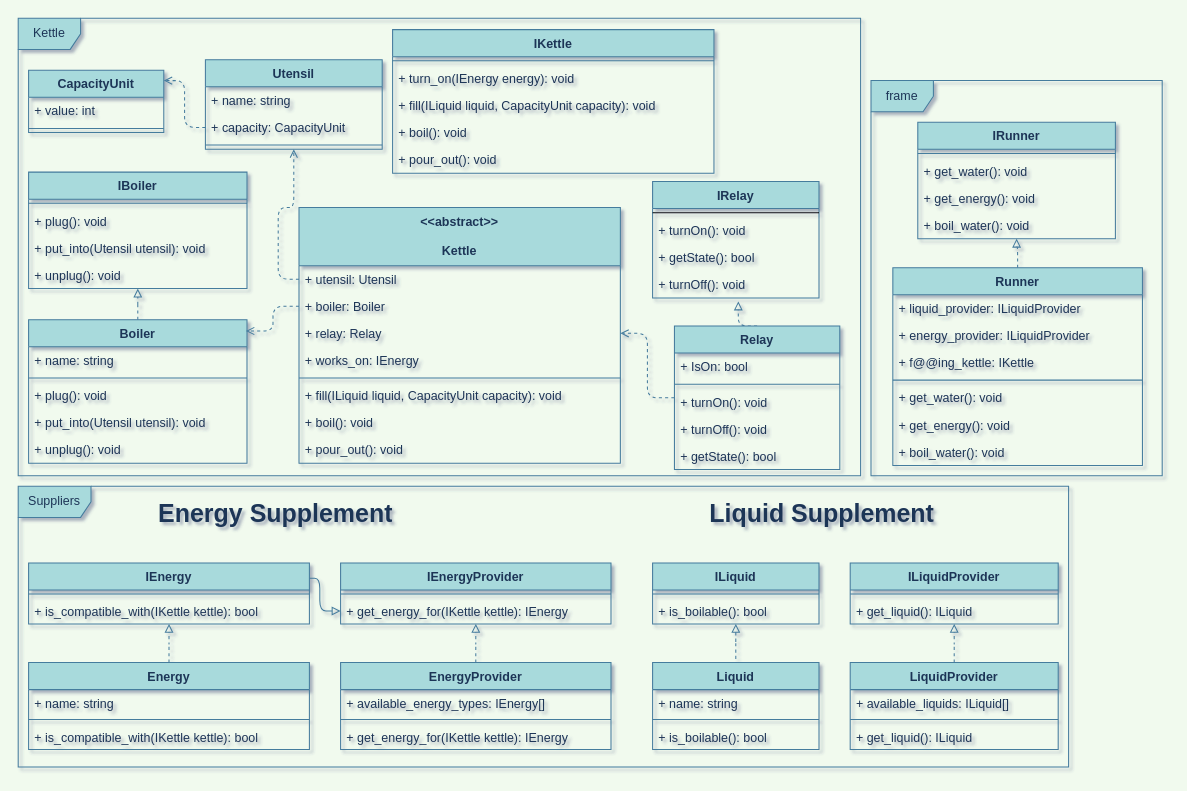
Earlier version of the draw.io diagram Main.drawio (Muhammadrasul446/Kettle). Source tidied: cells renumbered, new cells numbered last; positions are measured from the earlier drawing's top-left corner, leaving out a move shared by most shapes. Both pictures are drawn from the tidied source at 104%, with x=0, y=0 at pixel (18, 18).
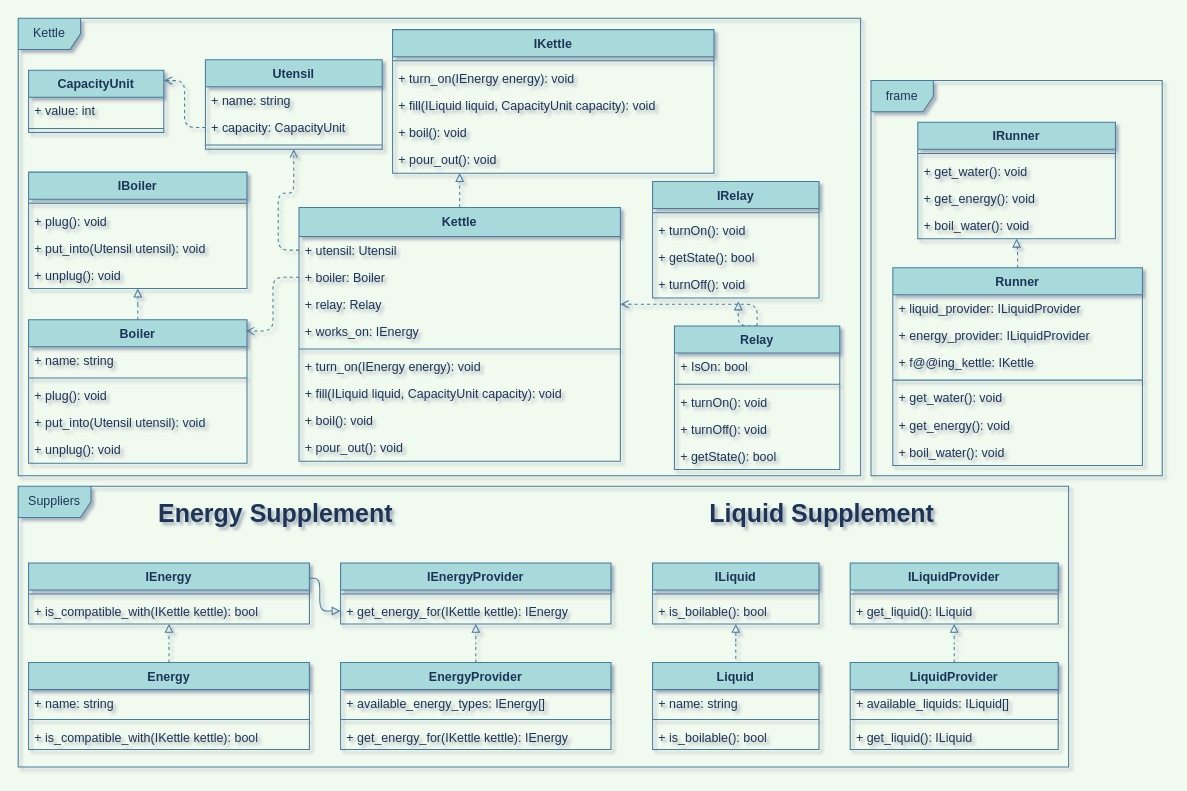
Above is the later version.

Unchanged cells that the change refers to:
```xml
<mxCell id="52" value="Boiler" style="swimlane;fontStyle=1;align=center;verticalAlign=top;horizontal=1;startSize=26;fillColor=#A8DADC;strokeColor=#457B9D;fontColor=#1D3557;" parent="1" vertex="1">
  <mxGeometry x="10" y="290" width="210" height="138" as="geometry" />
</mxCell>
<mxCell id="63" value="CapacityUnit" style="swimlane;fontStyle=1;align=center;verticalAlign=top;horizontal=1;startSize=26;fillColor=#A8DADC;strokeColor=#457B9D;fontColor=#1D3557;" parent="1" vertex="1">
  <mxGeometry x="10" y="50" width="130" height="60" as="geometry" />
</mxCell>
<mxCell id="66" value="Relay" style="swimlane;fontStyle=1;align=center;verticalAlign=top;horizontal=1;startSize=26;fillColor=#A8DADC;strokeColor=#457B9D;fontColor=#1D3557;" parent="1" vertex="1">
  <mxGeometry x="631" y="296" width="159" height="138" as="geometry" />
</mxCell>
<mxCell id="74" value="IRelay" style="swimlane;fontStyle=1;align=center;verticalAlign=top;horizontal=1;startSize=26;rounded=0;sketch=0;strokeColor=#457B9D;fillColor=#A8DADC;fontColor=#1D3557;" parent="1" vertex="1">
  <mxGeometry x="610" y="157" width="160" height="112" as="geometry" />
</mxCell>
<mxCell id="78" value="+ turnOff(): void" style="text;strokeColor=none;fillColor=none;align=left;verticalAlign=top;spacingLeft=4;spacingRight=4;overflow=hidden;points=[[0,0.5],[1,0.5]];portConstraint=eastwest;fontColor=#1D3557;" parent="74" vertex="1">
  <mxGeometry y="86" width="160" height="26" as="geometry" />
</mxCell>
<mxCell id="88" value="Utensil" style="swimlane;fontStyle=1;align=center;verticalAlign=top;horizontal=1;startSize=26;fillColor=#A8DADC;strokeColor=#457B9D;fontColor=#1D3557;" parent="1" vertex="1">
  <mxGeometry x="180" y="40" width="170" height="86" as="geometry" />
</mxCell>
<mxCell id="90" value="+ capacity: CapacityUnit" style="text;strokeColor=none;fillColor=none;align=left;verticalAlign=top;spacingLeft=4;spacingRight=4;overflow=hidden;points=[[0,0.5],[1,0.5]];portConstraint=eastwest;fontColor=#1D3557;" parent="88" vertex="1">
  <mxGeometry y="52" width="170" height="26" as="geometry" />
</mxCell>
<mxCell id="98" value="+ pour_out(): void" style="text;strokeColor=none;fillColor=none;align=left;verticalAlign=top;spacingLeft=4;spacingRight=4;overflow=hidden;points=[[0,0.5],[1,0.5]];portConstraint=eastwest;fontColor=#1D3557;" parent="93" vertex="1">
  <mxGeometry y="112" width="309" height="26" as="geometry" />
</mxCell>
```

Change to the diagram source:
```diff
@@
-    <mxCell id="50" style="edgeStyle=orthogonalEdgeStyle;curved=0;rounded=1;sketch=0;jettySize=auto;html=1;exitX=0.5;exitY=0;exitDx=0;exitDy=0;entryX=0.515;entryY=1.128;entryDx=0;entryDy=0;entryPerimeter=0;strokeColor=#457B9D;fillColor=#A8DADC;fontColor=#1D3557;dashed=1;endArrow=block;endFill=0;" parent="1" edge="1" source="66" target="78">
+    <mxCell id="50" style="edgeStyle=orthogonalEdgeStyle;curved=0;rounded=1;sketch=0;jettySize=auto;html=1;exitX=0.5;exitY=0;exitDx=0;exitDy=0;entryX=0.515;entryY=1.128;entryDx=0;entryDy=0;entryPerimeter=0;strokeColor=#457B9D;fillColor=#A8DADC;fontColor=#1D3557;dashed=1;endArrow=block;endFill=0;labelBackgroundColor=#F1FAEE;" parent="1" edge="1" source="66" target="78">
       <mxGeometry relative="1" as="geometry" />
     </mxCell>
@@
-    <mxCell id="72" style="edgeStyle=orthogonalEdgeStyle;curved=0;rounded=1;sketch=0;jettySize=auto;html=1;entryX=1;entryY=0.167;entryDx=0;entryDy=0;entryPerimeter=0;dashed=1;endArrow=open;endFill=0;strokeColor=#457B9D;fillColor=#A8DADC;fontColor=#1D3557;" parent="1" edge="1" source="90" target="63">
+    <mxCell id="72" style="edgeStyle=orthogonalEdgeStyle;curved=0;rounded=1;sketch=0;jettySize=auto;html=1;entryX=1;entryY=0.167;entryDx=0;entryDy=0;entryPerimeter=0;dashed=1;endArrow=open;endFill=0;strokeColor=#457B9D;fillColor=#A8DADC;fontColor=#1D3557;labelBackgroundColor=#F1FAEE;" parent="1" edge="1" source="90" target="63">
       <mxGeometry relative="1" as="geometry" />
     </mxCell>
-    <mxCell id="73" style="edgeStyle=orthogonalEdgeStyle;curved=0;rounded=1;sketch=0;jettySize=auto;html=1;entryX=0.995;entryY=0.078;entryDx=0;entryDy=0;entryPerimeter=0;dashed=1;endArrow=open;endFill=0;strokeColor=#457B9D;fillColor=#A8DADC;fontColor=#1D3557;" parent="1" edge="1" source="81" target="52">
+    <mxCell id="73" style="edgeStyle=orthogonalEdgeStyle;curved=0;rounded=1;sketch=0;jettySize=auto;html=1;entryX=0.995;entryY=0.078;entryDx=0;entryDy=0;entryPerimeter=0;dashed=1;endArrow=open;endFill=0;strokeColor=#457B9D;fillColor=#A8DADC;fontColor=#1D3557;labelBackgroundColor=#F1FAEE;" parent="1" edge="1" source="81" target="52">
       <mxGeometry relative="1" as="geometry" />
     </mxCell>
@@
-    <mxCell id="75" style="line;strokeWidth=1;fillColor=none;align=left;verticalAlign=middle;spacingTop=-1;spacingLeft=3;spacingRight=3;labelPosition=right;" parent="74" vertex="1">
+    <mxCell id="75" style="line;strokeWidth=1;fillColor=none;align=left;verticalAlign=middle;spacingTop=-1;spacingLeft=3;spacingRight=3;labelPosition=right;labelBackgroundColor=#F1FAEE;strokeColor=#457B9D;fontColor=#1D3557;" parent="74" vertex="1">
       <mxGeometry y="26" width="160" height="8" as="geometry" />
     </mxCell>
@@
+    <mxCell id="104" style="edgeStyle=orthogonalEdgeStyle;rounded=0;jettySize=auto;html=1;exitX=0.5;exitY=0;exitDx=0;exitDy=0;labelBackgroundColor=#F1FAEE;strokeColor=#457B9D;fontColor=#1D3557;dashed=1;endArrow=block;endFill=0;" parent="1" edge="1" source="79" target="98">
+      <mxGeometry relative="1" as="geometry">
+        <Array as="points">
+          <mxPoint x="425" y="162" />
+          <mxPoint x="425" y="162" />
+        </Array>
+      </mxGeometry>
+    </mxCell>
-    <mxCell id="79" value="&lt;&lt;abstract&gt;&gt;&#10;&#10;Kettle" style="swimlane;fontStyle=1;align=center;verticalAlign=top;horizontal=1;startSize=56;fillColor=#A8DADC;strokeColor=#457B9D;fontColor=#1D3557;" parent="1" vertex="1">
-      <mxGeometry x="270" y="182" width="309" height="246" as="geometry" />
+    <mxCell id="79" value="Kettle" style="swimlane;fontStyle=1;align=center;verticalAlign=top;horizontal=1;startSize=28;fillColor=#A8DADC;strokeColor=#457B9D;fontColor=#1D3557;" parent="1" vertex="1">
+      <mxGeometry x="270" y="182" width="309" height="244" as="geometry" />
     </mxCell>
     <mxCell id="80" value="+ utensil: Utensil" style="text;strokeColor=none;fillColor=none;align=left;verticalAlign=top;spacingLeft=4;spacingRight=4;overflow=hidden;points=[[0,0.5],[1,0.5]];portConstraint=eastwest;fontColor=#1D3557;" parent="79" vertex="1">
-      <mxGeometry y="56" width="309" height="26" as="geometry" />
+      <mxGeometry y="28" width="309" height="26" as="geometry" />
     </mxCell>
     <mxCell id="81" value="+ boiler: Boiler" style="text;strokeColor=none;fillColor=none;align=left;verticalAlign=top;spacingLeft=4;spacingRight=4;overflow=hidden;points=[[0,0.5],[1,0.5]];portConstraint=eastwest;fontColor=#1D3557;" parent="79" vertex="1">
-      <mxGeometry y="82" width="309" height="26" as="geometry" />
+      <mxGeometry y="54" width="309" height="26" as="geometry" />
     </mxCell>
     <mxCell id="82" value="+ relay: Relay" style="text;strokeColor=none;fillColor=none;align=left;verticalAlign=top;spacingLeft=4;spacingRight=4;overflow=hidden;points=[[0,0.5],[1,0.5]];portConstraint=eastwest;fontColor=#1D3557;" parent="79" vertex="1">
-      <mxGeometry y="108" width="309" height="26" as="geometry" />
+      <mxGeometry y="80" width="309" height="26" as="geometry" />
     </mxCell>
     <mxCell id="83" value="+ works_on: IEnergy" style="text;strokeColor=none;fillColor=none;align=left;verticalAlign=top;spacingLeft=4;spacingRight=4;overflow=hidden;fontColor=#1D3557;" parent="79" vertex="1">
-      <mxGeometry y="134" width="309" height="26" as="geometry" />
+      <mxGeometry y="106" width="309" height="26" as="geometry" />
     </mxCell>
     <mxCell id="84" style="line;strokeWidth=1;fillColor=none;align=left;verticalAlign=middle;spacingTop=-1;spacingLeft=3;spacingRight=3;labelPosition=right;strokeColor=#457B9D;fontColor=#1D3557;labelBackgroundColor=#F1FAEE;" parent="79" vertex="1">
-      <mxGeometry y="160" width="309" height="8" as="geometry" />
+      <mxGeometry y="132" width="309" height="8" as="geometry" />
     </mxCell>
+    <mxCell id="105" value="+ turn_on(IEnergy energy): void" style="text;strokeColor=none;fillColor=none;align=left;verticalAlign=top;spacingLeft=4;spacingRight=4;overflow=hidden;fontColor=#1D3557;" parent="79" vertex="1">
+      <mxGeometry y="140" width="309" height="26" as="geometry" />
+    </mxCell>
     <mxCell id="85" value="+ fill(ILiquid liquid, CapacityUnit capacity): void" style="text;strokeColor=none;fillColor=none;align=left;verticalAlign=top;spacingLeft=4;spacingRight=4;overflow=hidden;fontColor=#1D3557;" parent="79" vertex="1">
-      <mxGeometry y="168" width="309" height="26" as="geometry" />
+      <mxGeometry y="166" width="309" height="26" as="geometry" />
     </mxCell>
     <mxCell id="86" value="+ boil(): void" style="text;strokeColor=none;fillColor=none;align=left;verticalAlign=top;spacingLeft=4;spacingRight=4;overflow=hidden;fontColor=#1D3557;" parent="79" vertex="1">
-      <mxGeometry y="194" width="309" height="26" as="geometry" />
+      <mxGeometry y="192" width="309" height="26" as="geometry" />
     </mxCell>
     <mxCell id="87" value="+ pour_out(): void" style="text;strokeColor=none;fillColor=none;align=left;verticalAlign=top;spacingLeft=4;spacingRight=4;overflow=hidden;fontColor=#1D3557;" parent="79" vertex="1">
-      <mxGeometry y="220" width="309" height="26" as="geometry" />
+      <mxGeometry y="218" width="309" height="26" as="geometry" />
     </mxCell>
@@
-    <mxCell id="92" style="edgeStyle=orthogonalEdgeStyle;curved=0;rounded=1;sketch=0;jettySize=auto;html=1;exitX=0;exitY=0.5;exitDx=0;exitDy=0;entryX=0.5;entryY=1;entryDx=0;entryDy=0;dashed=1;endArrow=open;endFill=0;strokeColor=#457B9D;fillColor=#A8DADC;fontColor=#1D3557;" parent="1" edge="1" source="80" target="88">
+    <mxCell id="92" style="edgeStyle=orthogonalEdgeStyle;curved=0;rounded=1;sketch=0;jettySize=auto;html=1;exitX=0;exitY=0.5;exitDx=0;exitDy=0;entryX=0.5;entryY=1;entryDx=0;entryDy=0;dashed=1;endArrow=open;endFill=0;strokeColor=#457B9D;fillColor=#A8DADC;fontColor=#1D3557;labelBackgroundColor=#F1FAEE;" parent="1" edge="1" source="80" target="88">
       <mxGeometry relative="1" as="geometry" />
     </mxCell>
```
